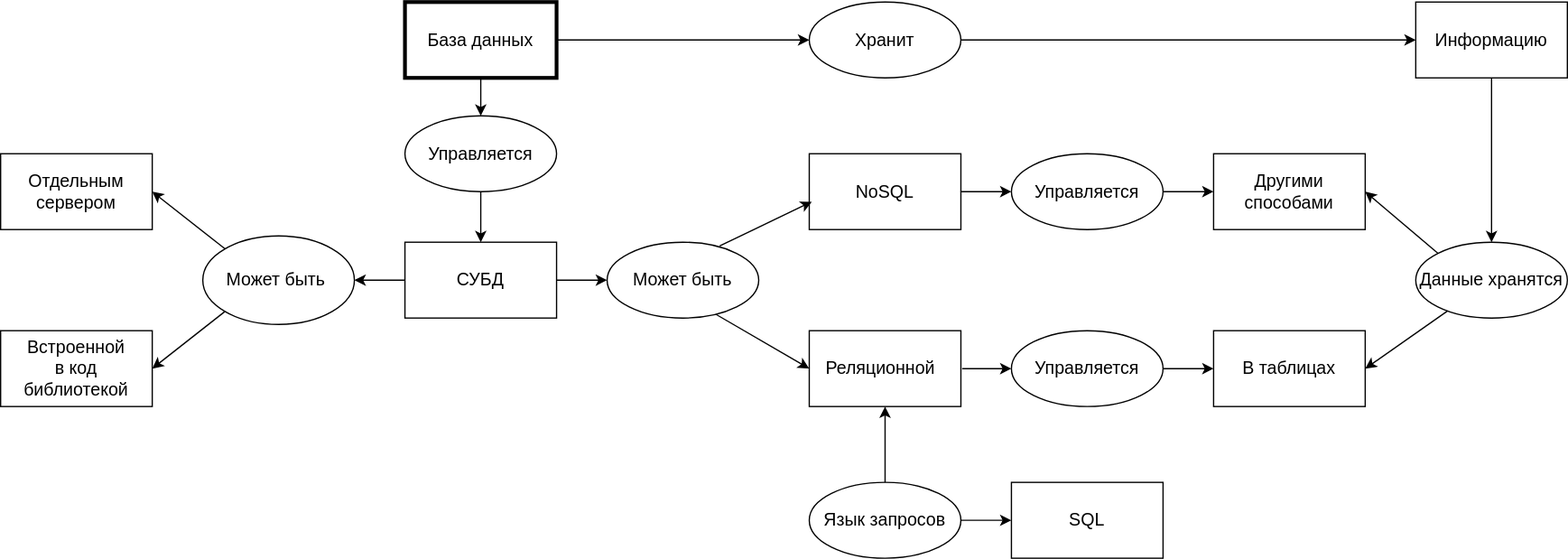
Before: assets/concept_map.svg, a diagram exported from draw.io (vndv/querynomicon). Source tidied: cells renumbered, new cells last; positions are measured from the earlier drawing's top-left corner, leaving out a move shared by most shapes.
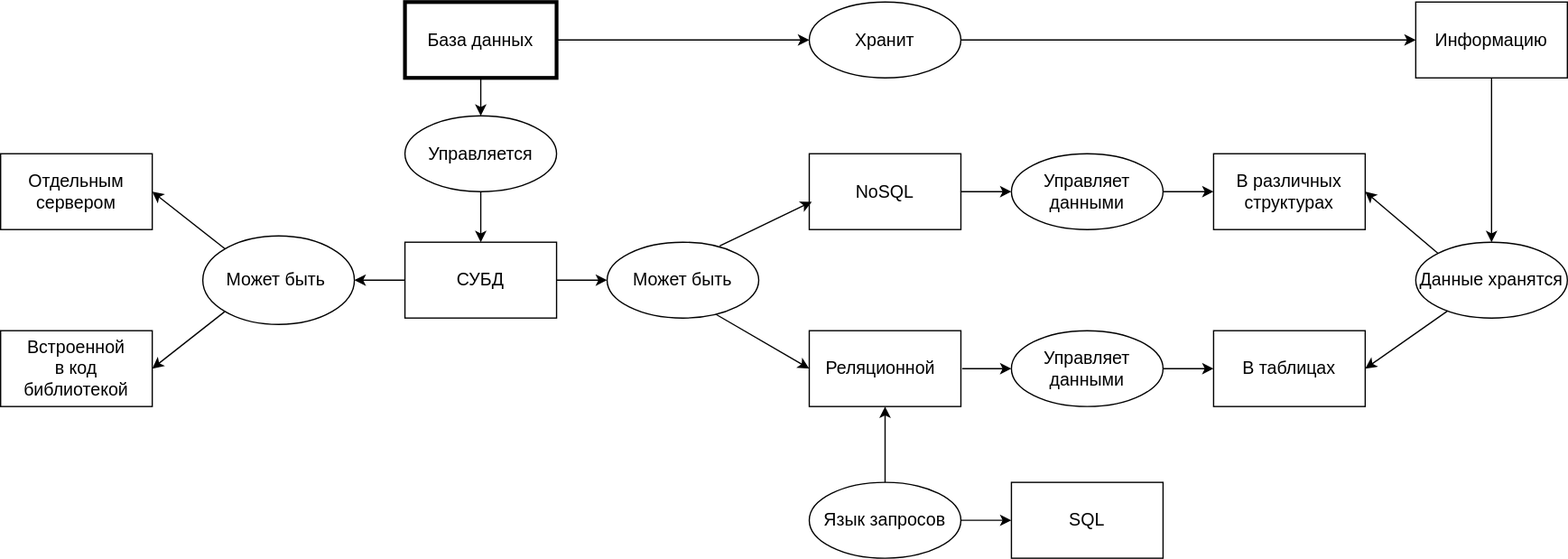
Later version of the same file.

Commit message:
fix: lables translation fixed

What changed in the source:
```diff
@@ -65,13 +65,13 @@
     <mxCell id="22" style="endArrow=classic;html=1;rounded=0;exitX=0.742;exitY=0.05;exitDx=0;exitDy=0;entryX=0.017;entryY=0.633;entryDx=0;entryDy=0;strokeWidth=1;entryPerimeter=0;exitPerimeter=0;" parent="1" edge="1" source="17" target="20">
       <mxGeometry relative="1" as="geometry" />
     </mxCell>
-    <mxCell id="23" value="&lt;font style=&quot;font-size: 14px;&quot;&gt;Управляется&lt;/font&gt;" style="ellipse;whiteSpace=wrap;html=1;strokeWidth=1;" parent="1" vertex="1">
+    <mxCell id="23" value="&lt;font style=&quot;font-size: 14px;&quot;&gt;Управляет&lt;br&gt;данными&lt;br&gt;&lt;/font&gt;" style="ellipse;whiteSpace=wrap;html=1;strokeWidth=1;" parent="1" vertex="1">
       <mxGeometry x="800" y="120" width="120" height="60" as="geometry" />
     </mxCell>
     <mxCell id="24" style="endArrow=classic;html=1;rounded=0;entryX=0;entryY=0.5;entryDx=0;entryDy=0;exitX=1;exitY=0.5;exitDx=0;exitDy=0;strokeWidth=1;" parent="1" edge="1" source="20" target="23">
       <mxGeometry relative="1" as="geometry" />
     </mxCell>
-    <mxCell id="25" value="&lt;font style=&quot;font-size: 14px;&quot;&gt;Управляется&lt;/font&gt;" style="ellipse;whiteSpace=wrap;html=1;strokeWidth=1;" parent="1" vertex="1">
+    <mxCell id="25" value="&lt;font style=&quot;font-size: 14px;&quot;&gt;Управляет&lt;br&gt;данными&lt;/font&gt;" style="ellipse;whiteSpace=wrap;html=1;strokeWidth=1;" parent="1" vertex="1">
       <mxGeometry x="800" y="260" width="120" height="60" as="geometry" />
     </mxCell>
     <mxCell id="26" style="endArrow=classic;html=1;rounded=0;entryX=0;entryY=0.5;entryDx=0;entryDy=0;strokeWidth=1;" parent="1" edge="1" target="25">
@@ -82,7 +82,7 @@
     <mxCell id="27" value="&lt;font style=&quot;font-size: 14px;&quot;&gt;В таблицах&lt;/font&gt;" style="rounded=0;whiteSpace=wrap;html=1;strokeWidth=1;" parent="1" vertex="1">
       <mxGeometry x="960" y="260" width="120" height="60" as="geometry" />
     </mxCell>
-    <mxCell id="28" value="&lt;font style=&quot;font-size: 14px;&quot;&gt;Другими способами&lt;/font&gt;" style="rounded=0;whiteSpace=wrap;html=1;strokeWidth=1;" parent="1" vertex="1">
+    <mxCell id="28" value="&lt;font style=&quot;font-size: 14px;&quot;&gt;В различных&lt;br&gt;структурах&lt;/font&gt;" style="rounded=0;whiteSpace=wrap;html=1;strokeWidth=1;" parent="1" vertex="1">
       <mxGeometry x="960" y="120" width="120" height="60" as="geometry" />
     </mxCell>
     <mxCell id="29" style="endArrow=classic;html=1;rounded=0;exitX=1;exitY=0.5;exitDx=0;exitDy=0;entryX=0;entryY=0.5;entryDx=0;entryDy=0;strokeWidth=1;" parent="1" edge="1" source="23" target="28">
```
